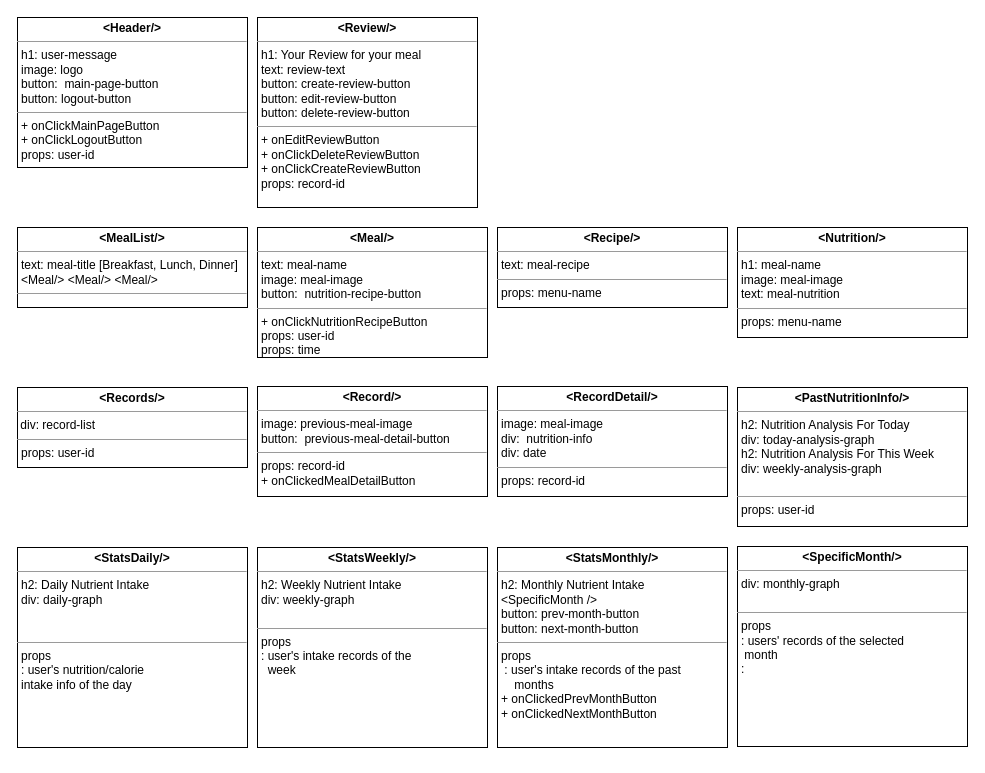
Before: diagrams/Component Diagram.drawio in swsnu/swpp2021-team5, a draw.io diagram. Source tidied: cells renumbered, new cells numbered last; positions are measured from the earlier drawing's top-left corner, leaving out a move shared by most shapes. Both pictures are drawn from the tidied source at 100%, with x=0, y=0 at pixel (17, 17).
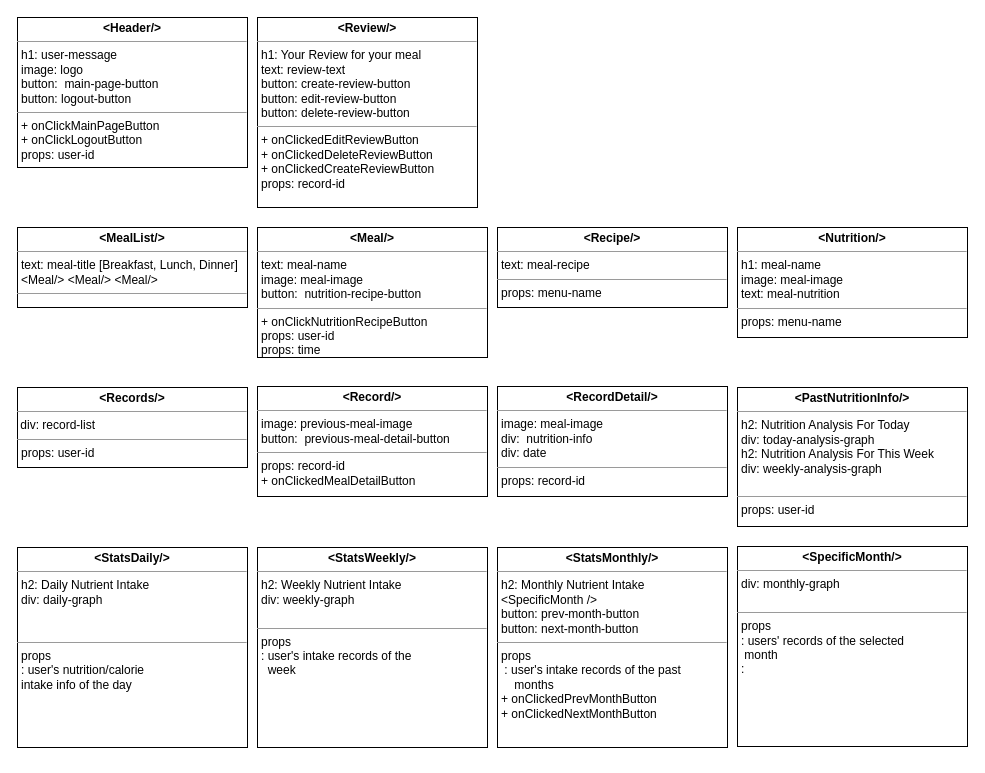
The same page after the edit.

Diff of the diagram source:
```diff
@@
 <mxGraphModel>
   <root>
     <mxCell id="0" />
     <mxCell id="1" parent="0" />
     <mxCell id="2" value="&lt;p style=&quot;margin: 0px ; margin-top: 4px ; text-align: center&quot;&gt;&lt;b&gt;&amp;lt;PastNutritionInfo/&amp;gt;&lt;/b&gt;&lt;/p&gt;&lt;hr size=&quot;1&quot;&gt;&lt;p style=&quot;margin: 0px ; margin-left: 4px&quot;&gt;h2: Nutrition Analysis For Today&lt;/p&gt;&lt;p style=&quot;margin: 0px ; margin-left: 4px&quot;&gt;div: today-analysis-graph&lt;/p&gt;&lt;p style=&quot;margin: 0px ; margin-left: 4px&quot;&gt;h2: Nutrition Analysis For This Week&lt;/p&gt;&lt;p style=&quot;margin: 0px ; margin-left: 4px&quot;&gt;div: weekly-analysis-graph&lt;/p&gt;&lt;p style=&quot;margin: 0px ; margin-left: 4px&quot;&gt;&lt;br&gt;&lt;/p&gt;&lt;hr size=&quot;1&quot;&gt;&lt;p style=&quot;margin: 0px ; margin-left: 4px&quot;&gt;props: user-id&lt;/p&gt;" style="verticalAlign=top;align=left;overflow=fill;fontSize=12;fontFamily=Helvetica;html=1;rounded=0;shadow=0;comic=0;labelBackgroundColor=none;strokeWidth=1;" parent="1" vertex="1">
       <mxGeometry x="720" y="370" width="230" height="139" as="geometry" />
     </mxCell>
     <mxCell id="3" value="&lt;p style=&quot;margin: 0px ; margin-top: 4px ; text-align: center&quot;&gt;&lt;b&gt;&amp;lt;MealList/&amp;gt;&lt;/b&gt;&lt;/p&gt;&lt;hr size=&quot;1&quot;&gt;&lt;p style=&quot;margin: 0px ; margin-left: 4px&quot;&gt;text: meal-title [Breakfast, Lunch, Dinner]&lt;/p&gt;&lt;p style=&quot;margin: 0px ; margin-left: 4px&quot;&gt;&lt;span&gt;&amp;lt;Meal/&amp;gt; &amp;lt;Meal/&amp;gt; &amp;lt;Meal/&amp;gt;&lt;/span&gt;&lt;/p&gt;&lt;hr size=&quot;1&quot;&gt;&lt;p style=&quot;margin: 0px ; margin-left: 4px&quot;&gt;&lt;br&gt;&lt;/p&gt;" style="verticalAlign=top;align=left;overflow=fill;fontSize=12;fontFamily=Helvetica;html=1;rounded=0;shadow=0;comic=0;labelBackgroundColor=none;strokeWidth=1;" parent="1" vertex="1">
       <mxGeometry y="210" width="230" height="80" as="geometry" />
     </mxCell>
     <mxCell id="4" value="&lt;p style=&quot;margin: 0px ; margin-top: 4px ; text-align: center&quot;&gt;&lt;b&gt;&amp;lt;Meal/&amp;gt;&lt;/b&gt;&lt;/p&gt;&lt;hr size=&quot;1&quot;&gt;&lt;p style=&quot;margin: 0px ; margin-left: 4px&quot;&gt;&lt;span&gt;text: meal-name&lt;/span&gt;&lt;/p&gt;&lt;p style=&quot;margin: 0px ; margin-left: 4px&quot;&gt;image: meal-image&lt;/p&gt;&lt;p style=&quot;margin: 0px ; margin-left: 4px&quot;&gt;&lt;span&gt;button:&amp;nbsp;&amp;nbsp;&lt;/span&gt;&lt;span style=&quot;text-align: center&quot;&gt;nutrition-recipe-button&lt;/span&gt;&lt;br&gt;&lt;/p&gt;&lt;hr size=&quot;1&quot;&gt;&lt;p style=&quot;margin: 0px ; margin-left: 4px&quot;&gt;+ onClickNutritionRecipeButton&lt;/p&gt;&lt;p style=&quot;margin: 0px ; margin-left: 4px&quot;&gt;props: user-id&lt;/p&gt;&lt;p style=&quot;margin: 0px ; margin-left: 4px&quot;&gt;props: time&lt;/p&gt;" style="verticalAlign=top;align=left;overflow=fill;fontSize=12;fontFamily=Helvetica;html=1;rounded=0;shadow=0;comic=0;labelBackgroundColor=none;strokeWidth=1;" parent="1" vertex="1">
       <mxGeometry x="240" y="210" width="230" height="130" as="geometry" />
     </mxCell>
     <mxCell id="5" value="&lt;p style=&quot;margin: 0px ; margin-top: 4px ; text-align: center&quot;&gt;&lt;b&gt;&amp;lt;Recipe/&amp;gt;&lt;/b&gt;&lt;/p&gt;&lt;hr size=&quot;1&quot;&gt;&lt;p style=&quot;margin: 0px ; margin-left: 4px&quot;&gt;text: meal-recipe&lt;/p&gt;&lt;hr size=&quot;1&quot;&gt;&lt;p style=&quot;margin: 0px ; margin-left: 4px&quot;&gt;props: menu-name&lt;/p&gt;" style="verticalAlign=top;align=left;overflow=fill;fontSize=12;fontFamily=Helvetica;html=1;rounded=0;shadow=0;comic=0;labelBackgroundColor=none;strokeWidth=1;" parent="1" vertex="1">
       <mxGeometry x="480" y="210" width="230" height="80" as="geometry" />
     </mxCell>
     <mxCell id="6" value="&lt;p style=&quot;margin: 0px ; margin-top: 4px ; text-align: center&quot;&gt;&lt;b&gt;&amp;lt;Nutrition/&amp;gt;&lt;/b&gt;&lt;/p&gt;&lt;hr size=&quot;1&quot;&gt;&lt;p style=&quot;margin: 0px ; margin-left: 4px&quot;&gt;h1: meal-name&lt;/p&gt;&lt;p style=&quot;margin: 0px ; margin-left: 4px&quot;&gt;&lt;span&gt;image: meal-image&lt;/span&gt;&lt;/p&gt;&lt;p style=&quot;margin: 0px ; margin-left: 4px&quot;&gt;&lt;span&gt;text: meal-nutrition&lt;br&gt;&lt;/span&gt;&lt;/p&gt;&lt;hr size=&quot;1&quot;&gt;&lt;p style=&quot;margin: 0px ; margin-left: 4px&quot;&gt;props: menu-name&lt;/p&gt;" style="verticalAlign=top;align=left;overflow=fill;fontSize=12;fontFamily=Helvetica;html=1;rounded=0;shadow=0;comic=0;labelBackgroundColor=none;strokeWidth=1;" parent="1" vertex="1">
       <mxGeometry x="720" y="210" width="230" height="110" as="geometry" />
     </mxCell>
     <mxCell id="7" value="&lt;p style=&quot;margin: 0px ; margin-top: 4px ; text-align: center&quot;&gt;&lt;b&gt;&amp;lt;Header/&amp;gt;&lt;/b&gt;&lt;/p&gt;&lt;hr size=&quot;1&quot;&gt;&lt;p style=&quot;margin: 0px ; margin-left: 4px&quot;&gt;h1: user-message&lt;/p&gt;&lt;p style=&quot;margin: 0px ; margin-left: 4px&quot;&gt;image: logo&lt;/p&gt;&lt;p style=&quot;margin: 0px ; margin-left: 4px&quot;&gt;&lt;span&gt;button:&amp;nbsp;&amp;nbsp;&lt;/span&gt;&lt;span style=&quot;text-align: center&quot;&gt;main-page-button&lt;/span&gt;&lt;br&gt;&lt;/p&gt;&lt;p style=&quot;margin: 0px ; margin-left: 4px&quot;&gt;&lt;span style=&quot;text-align: center&quot;&gt;button: logout-button&lt;/span&gt;&lt;/p&gt;&lt;hr size=&quot;1&quot;&gt;&lt;p style=&quot;margin: 0px ; margin-left: 4px&quot;&gt;+ onClickMainPageButton&lt;/p&gt;&lt;p style=&quot;margin: 0px ; margin-left: 4px&quot;&gt;+ onClickLogoutButton&lt;/p&gt;&lt;p style=&quot;margin: 0px ; margin-left: 4px&quot;&gt;props: user-id&lt;/p&gt;" style="verticalAlign=top;align=left;overflow=fill;fontSize=12;fontFamily=Helvetica;html=1;rounded=0;shadow=0;comic=0;labelBackgroundColor=none;strokeWidth=1;" parent="1" vertex="1">
       <mxGeometry width="230" height="150" as="geometry" />
     </mxCell>
     <mxCell id="8" value="&lt;p style=&quot;margin: 0px ; margin-top: 4px ; text-align: center&quot;&gt;&lt;b&gt;&amp;lt;StatsDaily/&amp;gt;&lt;/b&gt;&lt;/p&gt;&lt;hr size=&quot;1&quot;&gt;&lt;p style=&quot;margin: 0px ; margin-left: 4px&quot;&gt;h2: Daily Nutrient Intake&lt;br&gt;&lt;/p&gt;&lt;p style=&quot;margin: 0px ; margin-left: 4px&quot;&gt;div: daily-graph&lt;/p&gt;&lt;p style=&quot;margin: 0px ; margin-left: 4px&quot;&gt;&amp;nbsp;&lt;/p&gt;&lt;p style=&quot;margin: 0px ; margin-left: 4px&quot;&gt;&lt;br&gt;&lt;/p&gt;&lt;hr size=&quot;1&quot;&gt;&lt;p style=&quot;margin: 0px ; margin-left: 4px&quot;&gt;props&lt;/p&gt;&lt;p style=&quot;margin: 0px ; margin-left: 4px&quot;&gt;: user's nutrition/calorie&lt;/p&gt;&lt;p style=&quot;margin: 0px ; margin-left: 4px&quot;&gt;intake info of the day&lt;/p&gt;&lt;p style=&quot;margin: 0px ; margin-left: 4px&quot;&gt;&lt;br&gt;&lt;/p&gt;" style="verticalAlign=top;align=left;overflow=fill;fontSize=12;fontFamily=Helvetica;html=1;rounded=0;shadow=0;comic=0;labelBackgroundColor=none;strokeWidth=1;" parent="1" vertex="1">
       <mxGeometry y="530" width="230" height="200" as="geometry" />
     </mxCell>
     <mxCell id="9" value="&lt;p style=&quot;margin: 0px ; margin-top: 4px ; text-align: center&quot;&gt;&lt;b&gt;&amp;lt;StatsWeekly/&amp;gt;&lt;/b&gt;&lt;/p&gt;&lt;hr size=&quot;1&quot;&gt;&lt;p style=&quot;margin: 0px ; margin-left: 4px&quot;&gt;h2: Weekly Nutrient Intake&lt;br&gt;&lt;/p&gt;&lt;p style=&quot;margin: 0px ; margin-left: 4px&quot;&gt;div: weekly-graph&lt;br&gt;&lt;/p&gt;&lt;p style=&quot;margin: 0px ; margin-left: 4px&quot;&gt;&lt;br&gt;&lt;/p&gt;&lt;hr size=&quot;1&quot;&gt;&lt;p style=&quot;margin: 0px ; margin-left: 4px&quot;&gt;props&lt;/p&gt;&lt;p style=&quot;margin: 0px ; margin-left: 4px&quot;&gt;: user's intake records of the&lt;/p&gt;&lt;p style=&quot;margin: 0px ; margin-left: 4px&quot;&gt;&amp;nbsp; week&lt;br&gt;&lt;/p&gt;" style="verticalAlign=top;align=left;overflow=fill;fontSize=12;fontFamily=Helvetica;html=1;rounded=0;shadow=0;comic=0;labelBackgroundColor=none;strokeWidth=1;" parent="1" vertex="1">
       <mxGeometry x="240" y="530" width="230" height="200" as="geometry" />
     </mxCell>
     <mxCell id="10" value="&lt;p style=&quot;margin: 0px ; margin-top: 4px ; text-align: center&quot;&gt;&lt;b&gt;&amp;lt;StatsMonthly/&amp;gt;&lt;/b&gt;&lt;/p&gt;&lt;hr size=&quot;1&quot;&gt;&lt;p style=&quot;margin: 0px ; margin-left: 4px&quot;&gt;h2: Monthly Nutrient Intake&amp;nbsp;&lt;br&gt;&lt;/p&gt;&lt;p style=&quot;margin: 0px ; margin-left: 4px&quot;&gt;&amp;lt;SpecificMonth /&amp;gt;&lt;/p&gt;&lt;p style=&quot;margin: 0px ; margin-left: 4px&quot;&gt;button: prev-month-button&lt;/p&gt;&lt;p style=&quot;margin: 0px ; margin-left: 4px&quot;&gt;button: next-month-button&lt;/p&gt;&lt;hr size=&quot;1&quot;&gt;&lt;p style=&quot;margin: 0px 0px 0px 4px&quot;&gt;props&lt;/p&gt;&lt;p style=&quot;margin: 0px 0px 0px 4px&quot;&gt;&amp;nbsp;: user's intake records of the past&lt;/p&gt;&lt;p style=&quot;margin: 0px 0px 0px 4px&quot;&gt;&amp;nbsp; &amp;nbsp; months&lt;/p&gt;&lt;p style=&quot;margin: 0px 0px 0px 4px&quot;&gt;+ onClickedPrevMonthButton&lt;/p&gt;&lt;p style=&quot;margin: 0px 0px 0px 4px&quot;&gt;+ onClickedNextMonthButton&lt;/p&gt;" style="verticalAlign=top;align=left;overflow=fill;fontSize=12;fontFamily=Helvetica;html=1;rounded=0;shadow=0;comic=0;labelBackgroundColor=none;strokeWidth=1;" parent="1" vertex="1">
       <mxGeometry x="480" y="530" width="230" height="200" as="geometry" />
     </mxCell>
     <mxCell id="11" style="edgeStyle=orthogonalEdgeStyle;rounded=0;orthogonalLoop=1;jettySize=auto;html=1;exitX=0.5;exitY=1;exitDx=0;exitDy=0;" parent="1" edge="1" source="9" target="9">
       <mxGeometry relative="1" as="geometry" />
     </mxCell>
     <mxCell id="12" value="&lt;p style=&quot;margin: 0px ; margin-top: 4px ; text-align: center&quot;&gt;&lt;b&gt;&amp;lt;SpecificMonth/&amp;gt;&lt;/b&gt;&lt;/p&gt;&lt;hr size=&quot;1&quot;&gt;&lt;p style=&quot;margin: 0px ; margin-left: 4px&quot;&gt;&lt;span&gt;div: monthly-graph&lt;/span&gt;&lt;br&gt;&lt;/p&gt;&lt;p style=&quot;margin: 0px ; margin-left: 4px&quot;&gt;&lt;br&gt;&lt;/p&gt;&lt;hr size=&quot;1&quot;&gt;&lt;p style=&quot;margin: 0px ; margin-left: 4px&quot;&gt;props&lt;/p&gt;&lt;p style=&quot;margin: 0px ; margin-left: 4px&quot;&gt;: users' records of the selected&lt;/p&gt;&lt;p style=&quot;margin: 0px ; margin-left: 4px&quot;&gt;&amp;nbsp;month&lt;/p&gt;&lt;p style=&quot;margin: 0px ; margin-left: 4px&quot;&gt;:&amp;nbsp;&lt;/p&gt;" style="verticalAlign=top;align=left;overflow=fill;fontSize=12;fontFamily=Helvetica;html=1;rounded=0;shadow=0;comic=0;labelBackgroundColor=none;strokeWidth=1;" parent="1" vertex="1">
       <mxGeometry x="720" y="529" width="230" height="200" as="geometry" />
     </mxCell>
     <mxCell id="13" value="&lt;p style=&quot;margin: 0px ; margin-top: 4px ; text-align: center&quot;&gt;&lt;b&gt;&amp;lt;Records/&amp;gt;&lt;/b&gt;&lt;/p&gt;&lt;hr size=&quot;1&quot;&gt;&amp;nbsp;div: record-list&lt;br&gt;&lt;hr size=&quot;1&quot;&gt;&lt;p style=&quot;margin: 0px ; margin-left: 4px&quot;&gt;&lt;span&gt;props: user-id&lt;/span&gt;&lt;br&gt;&lt;/p&gt;" style="verticalAlign=top;align=left;overflow=fill;fontSize=12;fontFamily=Helvetica;html=1;rounded=0;shadow=0;comic=0;labelBackgroundColor=none;strokeWidth=1;" parent="1" vertex="1">
       <mxGeometry y="370" width="230" height="80" as="geometry" />
     </mxCell>
     <mxCell id="14" value="&lt;p style=&quot;margin: 0px ; margin-top: 4px ; text-align: center&quot;&gt;&lt;b&gt;&amp;lt;Record/&amp;gt;&lt;/b&gt;&lt;/p&gt;&lt;hr size=&quot;1&quot;&gt;&lt;p style=&quot;margin: 0px ; margin-left: 4px&quot;&gt;&lt;span&gt;image: previous-meal-image&lt;/span&gt;&lt;br&gt;&lt;/p&gt;&lt;p style=&quot;margin: 0px ; margin-left: 4px&quot;&gt;&lt;span&gt;button:&amp;nbsp;&amp;nbsp;&lt;/span&gt;&lt;span style=&quot;text-align: center&quot;&gt;previous-meal-detail-button&lt;/span&gt;&lt;br&gt;&lt;/p&gt;&lt;hr size=&quot;1&quot;&gt;&lt;p style=&quot;margin: 0px ; margin-left: 4px&quot;&gt;props: record-id&lt;br&gt;&lt;/p&gt;&lt;p style=&quot;margin: 0px ; margin-left: 4px&quot;&gt;+ onClickedMealDetailButton&lt;/p&gt;&lt;p style=&quot;margin: 0px ; margin-left: 4px&quot;&gt;&lt;br&gt;&lt;/p&gt;" style="verticalAlign=top;align=left;overflow=fill;fontSize=12;fontFamily=Helvetica;html=1;rounded=0;shadow=0;comic=0;labelBackgroundColor=none;strokeWidth=1;" parent="1" vertex="1">
       <mxGeometry x="240" y="369" width="230" height="110" as="geometry" />
     </mxCell>
     <mxCell id="15" value="&lt;p style=&quot;margin: 0px ; margin-top: 4px ; text-align: center&quot;&gt;&lt;b&gt;&amp;lt;RecordDetail/&amp;gt;&lt;/b&gt;&lt;/p&gt;&lt;hr size=&quot;1&quot;&gt;&lt;p style=&quot;margin: 0px ; margin-left: 4px&quot;&gt;&lt;span&gt;image: meal-image&lt;/span&gt;&lt;br&gt;&lt;/p&gt;&lt;p style=&quot;margin: 0px ; margin-left: 4px&quot;&gt;&lt;span&gt;div:&amp;nbsp;&amp;nbsp;&lt;/span&gt;&lt;span style=&quot;text-align: center&quot;&gt;nutrition-info&lt;/span&gt;&lt;br&gt;&lt;/p&gt;&lt;p style=&quot;margin: 0px ; margin-left: 4px&quot;&gt;&lt;span style=&quot;text-align: center&quot;&gt;div: date&lt;/span&gt;&lt;/p&gt;&lt;hr size=&quot;1&quot;&gt;&lt;p style=&quot;margin: 0px ; margin-left: 4px&quot;&gt;&lt;span&gt;props: record-id&lt;/span&gt;&lt;br&gt;&lt;/p&gt;" style="verticalAlign=top;align=left;overflow=fill;fontSize=12;fontFamily=Helvetica;html=1;rounded=0;shadow=0;comic=0;labelBackgroundColor=none;strokeWidth=1;" parent="1" vertex="1">
       <mxGeometry x="480" y="369" width="230" height="110" as="geometry" />
     </mxCell>
-    <mxCell id="16" value="&lt;p style=&quot;margin: 0px ; margin-top: 4px ; text-align: center&quot;&gt;&lt;b&gt;&amp;lt;Review/&amp;gt;&lt;/b&gt;&lt;/p&gt;&lt;hr size=&quot;1&quot;&gt;&lt;p style=&quot;margin: 0px ; margin-left: 4px&quot;&gt;h1: Your Review for your meal&lt;/p&gt;&lt;p style=&quot;margin: 0px ; margin-left: 4px&quot;&gt;text: review-text&lt;/p&gt;&lt;p style=&quot;margin: 0px ; margin-left: 4px&quot;&gt;button: create-review-button&lt;/p&gt;&lt;p style=&quot;margin: 0px ; margin-left: 4px&quot;&gt;button: edit-review-button&lt;/p&gt;&lt;p style=&quot;margin: 0px ; margin-left: 4px&quot;&gt;button: delete-review-button&lt;br&gt;&lt;/p&gt;&lt;hr size=&quot;1&quot;&gt;&lt;p style=&quot;margin: 0px ; margin-left: 4px&quot;&gt;+ onEditReviewButton&lt;/p&gt;&lt;p style=&quot;margin: 0px ; margin-left: 4px&quot;&gt;+ onClickDeleteReviewButton&lt;/p&gt;&lt;p style=&quot;margin: 0px ; margin-left: 4px&quot;&gt;+ onClickCreateReviewButton&lt;/p&gt;&lt;p style=&quot;margin: 0px ; margin-left: 4px&quot;&gt;props: record-id&lt;/p&gt;" style="verticalAlign=top;align=left;overflow=fill;fontSize=12;fontFamily=Helvetica;html=1;rounded=0;shadow=0;comic=0;labelBackgroundColor=none;strokeWidth=1;" parent="1" vertex="1">
+    <mxCell id="16" value="&lt;p style=&quot;margin: 0px ; margin-top: 4px ; text-align: center&quot;&gt;&lt;b&gt;&amp;lt;Review/&amp;gt;&lt;/b&gt;&lt;/p&gt;&lt;hr size=&quot;1&quot;&gt;&lt;p style=&quot;margin: 0px ; margin-left: 4px&quot;&gt;h1: Your Review for your meal&lt;/p&gt;&lt;p style=&quot;margin: 0px ; margin-left: 4px&quot;&gt;text: review-text&lt;/p&gt;&lt;p style=&quot;margin: 0px ; margin-left: 4px&quot;&gt;button: create-review-button&lt;/p&gt;&lt;p style=&quot;margin: 0px ; margin-left: 4px&quot;&gt;button: edit-review-button&lt;/p&gt;&lt;p style=&quot;margin: 0px ; margin-left: 4px&quot;&gt;button: delete-review-button&lt;br&gt;&lt;/p&gt;&lt;hr size=&quot;1&quot;&gt;&lt;p style=&quot;margin: 0px ; margin-left: 4px&quot;&gt;+ onClickedEditReviewButton&lt;/p&gt;&lt;p style=&quot;margin: 0px ; margin-left: 4px&quot;&gt;+ onClickedDeleteReviewButton&lt;/p&gt;&lt;p style=&quot;margin: 0px ; margin-left: 4px&quot;&gt;+ onClickedCreateReviewButton&lt;/p&gt;&lt;p style=&quot;margin: 0px ; margin-left: 4px&quot;&gt;props: record-id&lt;/p&gt;" style="verticalAlign=top;align=left;overflow=fill;fontSize=12;fontFamily=Helvetica;html=1;rounded=0;shadow=0;comic=0;labelBackgroundColor=none;strokeWidth=1;" parent="1" vertex="1">
       <mxGeometry x="240" width="220" height="190" as="geometry" />
     </mxCell>
   </root>
 </mxGraphModel>
```
